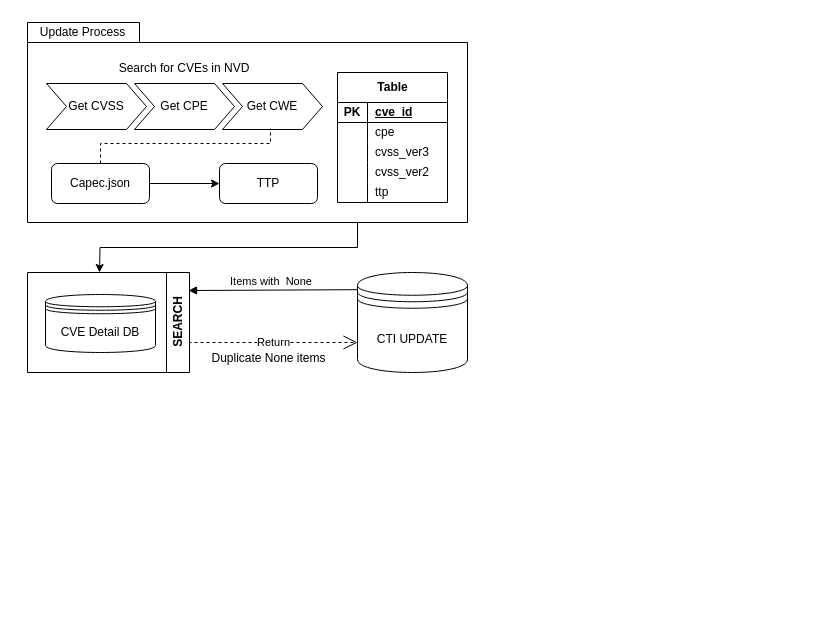
This is 제목 없는 다이어그램.drawio from hyeonsu666/capston1, a draw.io file, before an edit. Source tidied: cells renumbered, new cells numbered last; positions are measured from the earlier drawing's top-left corner, leaving out a move shared by most shapes. Both pictures are drawn from the tidied source at 100%, with x=0, y=0 at pixel (27, 17).
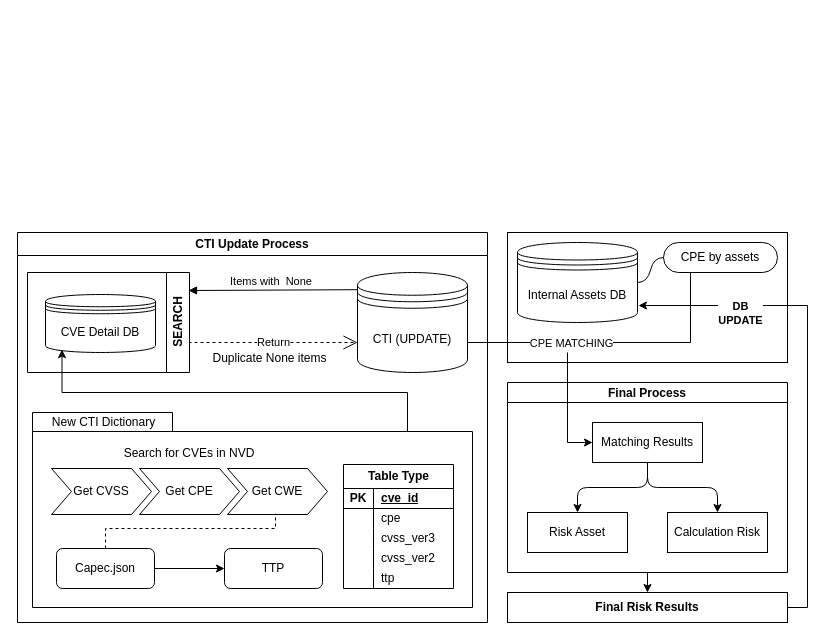
After the change.

Commit message:
제목 없는 다이어그램.drawio 업데이트

The change refers to these unchanged cells:
```xml
<mxCell id="10" value="Get CWE" style="shape=step;perimeter=stepPerimeter;fixedSize=1;points=[];whiteSpace=wrap;html=1;" parent="7" vertex="1">
  <mxGeometry x="186" y="20" width="100" height="46" as="geometry" />
</mxCell>
```

The edit, as a diff of the source:
```diff
@@
+    <mxCell id="35" style="rounded=0;whiteSpace=wrap;html=1;" parent="1" vertex="1">
+      <mxGeometry x="480" y="215" width="280" height="130" as="geometry" />
+    </mxCell>
+    <mxCell id="6" value="CVE Detail DB" style="shape=datastore;whiteSpace=wrap;html=1;" parent="1" vertex="1">
+      <mxGeometry x="18" y="277" width="110" height="58" as="geometry" />
+    </mxCell>
+    <mxCell id="12" value="Items with&amp;nbsp; None&amp;nbsp;" style="html=1;verticalAlign=bottom;endArrow=block;curved=0;rounded=0;entryX=1;entryY=0;entryDx=0;entryDy=5;exitX=0.002;exitY=0.172;exitDx=0;exitDy=0;exitPerimeter=0;" parent="1" edge="1" source="15">
+      <mxGeometry relative="1" as="geometry">
+        <mxPoint x="161" y="273" as="targetPoint" />
+      </mxGeometry>
+    </mxCell>
+    <mxCell id="13" value="Return" style="endArrow=open;endSize=12;dashed=1;html=1;rounded=0;entryX=0;entryY=0.7;entryDx=0;entryDy=0;" parent="1" edge="1" target="15">
+      <mxGeometry relative="1" as="geometry">
+        <mxPoint x="161" y="325" as="sourcePoint" />
+      </mxGeometry>
+    </mxCell>
+    <mxCell id="14" value="Duplicate None items" style="text;html=1;align=center;verticalAlign=middle;strokeColor=none;fillColor=none;" parent="1" vertex="1">
+      <mxGeometry x="172" y="326" width="140" height="30" as="geometry" />
+    </mxCell>
+    <mxCell id="15" value="CTI (UPDATE)" style="shape=datastore;whiteSpace=wrap;html=1;" parent="1" vertex="1">
+      <mxGeometry x="330" y="255" width="110" height="100" as="geometry" />
+    </mxCell>
+    <mxCell id="33" style="edgeStyle=orthogonalEdgeStyle;rounded=0;jettySize=auto;html=1;entryX=0.15;entryY=0.95;entryDx=0;entryDy=0;entryPerimeter=0;exitX=0.855;exitY=0.108;exitDx=0;exitDy=0;exitPerimeter=0;" parent="1" edge="1" source="2" target="6">
+      <mxGeometry relative="1" as="geometry">
+        <Array as="points">
+          <mxPoint x="380" y="375" />
+          <mxPoint x="35" y="375" />
+        </Array>
+      </mxGeometry>
+    </mxCell>
+    <mxCell id="34" value="SEARCH" style="swimlane;horizontal=0;whiteSpace=wrap;html=1;direction=west;startSize=23;" parent="1" vertex="1">
+      <mxGeometry y="255" width="162" height="100" as="geometry" />
+    </mxCell>
+    <mxCell id="36" value="CTI Update Process" style="swimlane;whiteSpace=wrap;html=1;" parent="1" vertex="1">
+      <mxGeometry x="-10" y="215" width="470" height="390" as="geometry" />
+    </mxCell>
-    <mxCell id="2" style="shape=folder;fontStyle=1;spacingTop=10;tabWidth=112;tabHeight=20;tabPosition=left;html=1;whiteSpace=wrap;" parent="1" vertex="1">
-      <mxGeometry y="5" width="440" height="200" as="geometry" />
+    <mxCell id="2" style="shape=folder;fontStyle=1;spacingTop=10;tabWidth=140;tabHeight=19;tabPosition=left;html=1;whiteSpace=wrap;" parent="36" vertex="1">
+      <mxGeometry x="15" y="180" width="440" height="195" as="geometry" />
     </mxCell>
-    <mxCell id="3" style="edgeStyle=orthogonalEdgeStyle;rounded=0;jettySize=auto;html=1;exitX=1;exitY=0.5;exitDx=0;exitDy=0;entryX=0;entryY=0.5;entryDx=0;entryDy=0;" parent="1" edge="1" source="4" target="5">
+    <mxCell id="3" style="edgeStyle=orthogonalEdgeStyle;rounded=0;jettySize=auto;html=1;exitX=1;exitY=0.5;exitDx=0;exitDy=0;entryX=0;entryY=0.5;entryDx=0;entryDy=0;" parent="36" edge="1" source="4" target="5">
       <mxGeometry relative="1" as="geometry" />
     </mxCell>
-    <mxCell id="4" value="Capec.json" style="whiteSpace=wrap;html=1;rounded=1;" parent="1" vertex="1">
-      <mxGeometry x="24" y="146" width="98" height="40" as="geometry" />
+    <mxCell id="4" value="Capec.json" style="whiteSpace=wrap;html=1;rounded=1;" parent="36" vertex="1">
+      <mxGeometry x="39" y="316" width="98" height="40" as="geometry" />
     </mxCell>
-    <mxCell id="5" value="TTP" style="whiteSpace=wrap;html=1;rounded=1;" parent="1" vertex="1">
-      <mxGeometry x="192" y="146" width="98" height="40" as="geometry" />
+    <mxCell id="5" value="TTP" style="whiteSpace=wrap;html=1;rounded=1;" parent="36" vertex="1">
+      <mxGeometry x="207" y="316" width="98" height="40" as="geometry" />
     </mxCell>
-    <mxCell id="6" value="CVE Detail DB" style="shape=datastore;whiteSpace=wrap;html=1;" parent="1" vertex="1">
-      <mxGeometry x="18" y="277" width="110" height="58" as="geometry" />
-    </mxCell>
-    <mxCell id="7" value="&lt;span style=&quot;font-weight: normal;&quot;&gt;Search for CVEs in NVD&lt;/span&gt;" style="swimlane;horizontal=1;fillColor=none;strokeColor=none;stackBorder=10;align=center;whiteSpace=wrap;html=1;startSize=10;" parent="1" vertex="1">
-      <mxGeometry x="9" y="46" width="296" height="76" as="geometry" />
+    <mxCell id="7" value="&lt;span style=&quot;font-weight: normal;&quot;&gt;Search for CVEs in NVD&lt;/span&gt;" style="swimlane;horizontal=1;fillColor=none;strokeColor=none;stackBorder=10;align=center;whiteSpace=wrap;html=1;startSize=10;" parent="36" vertex="1">
+      <mxGeometry x="24" y="216" width="296" height="76" as="geometry" />
     </mxCell>
@@
-    <mxCell id="11" style="endArrow=none;dashed=1;html=1;rounded=0;entryX=0.48;entryY=0.982;entryDx=0;entryDy=0;entryPerimeter=0;exitX=0.5;exitY=0;exitDx=0;exitDy=0;" parent="1" edge="1" source="4" target="10">
+    <mxCell id="11" style="endArrow=none;dashed=1;html=1;rounded=0;entryX=0.48;entryY=0.982;entryDx=0;entryDy=0;entryPerimeter=0;exitX=0.5;exitY=0;exitDx=0;exitDy=0;" parent="36" edge="1" source="4" target="10">
       <mxGeometry relative="1" as="geometry">
         <Array as="points">
-          <mxPoint x="73" y="126" />
-          <mxPoint x="243" y="126" />
+          <mxPoint x="88" y="296" />
+          <mxPoint x="258" y="296" />
         </Array>
       </mxGeometry>
     </mxCell>
-    <mxCell id="12" value="Items with&amp;nbsp; None&amp;nbsp;" style="html=1;verticalAlign=bottom;endArrow=block;curved=0;rounded=0;entryX=1;entryY=0;entryDx=0;entryDy=5;exitX=0.002;exitY=0.172;exitDx=0;exitDy=0;exitPerimeter=0;" parent="1" edge="1" source="15">
-      <mxGeometry relative="1" as="geometry">
-        <mxPoint x="161" y="273" as="targetPoint" />
-      </mxGeometry>
-    </mxCell>
-    <mxCell id="13" value="Return" style="endArrow=open;endSize=12;dashed=1;html=1;rounded=0;entryX=0;entryY=0.7;entryDx=0;entryDy=0;" parent="1" edge="1" target="15">
-      <mxGeometry relative="1" as="geometry">
-        <mxPoint x="161" y="325" as="sourcePoint" />
-      </mxGeometry>
-    </mxCell>
-    <mxCell id="14" value="Duplicate None items" style="text;html=1;align=center;verticalAlign=middle;strokeColor=none;fillColor=none;" parent="1" vertex="1">
-      <mxGeometry x="171" y="326" width="140" height="30" as="geometry" />
-    </mxCell>
-    <mxCell id="15" value="CTI UPDATE" style="shape=datastore;whiteSpace=wrap;html=1;" parent="1" vertex="1">
-      <mxGeometry x="330" y="255" width="110" height="100" as="geometry" />
-    </mxCell>
-    <mxCell id="16" value="Update Process" style="text;html=1;align=center;verticalAlign=middle;strokeColor=none;fillColor=none;" parent="1" vertex="1">
-      <mxGeometry width="110" height="30" as="geometry" />
+    <mxCell id="16" value="New CTI Dictionary" style="text;html=1;align=center;verticalAlign=middle;strokeColor=none;fillColor=none;" parent="36" vertex="1">
+      <mxGeometry x="21" y="175" width="130" height="30" as="geometry" />
     </mxCell>
-    <mxCell id="17" value="Table" style="shape=table;startSize=30;childLayout=tableLayout;rowLines=0;fontStyle=1;align=center;html=1;" parent="1" vertex="1">
-      <mxGeometry x="310" y="55" width="110" height="130" as="geometry" />
+    <mxCell id="17" value="Table Type" style="shape=table;startSize=24;childLayout=tableLayout;rowLines=0;fontStyle=1;align=center;html=1;" parent="36" vertex="1">
+      <mxGeometry x="326" y="232" width="110" height="124" as="geometry" />
     </mxCell>
     <mxCell id="18" style="shape=tableRow;horizontal=0;startSize=0;swimlaneHead=0;swimlaneBody=0;fillColor=none;top=0;left=0;right=0;bottom=1;" parent="17" vertex="1">
-      <mxGeometry y="30" width="110" height="20" as="geometry" />
+      <mxGeometry y="24" width="110" height="20" as="geometry" />
     </mxCell>
@@
     <mxCell id="21" style="shape=tableRow;horizontal=0;startSize=0;swimlaneHead=0;swimlaneBody=0;fillColor=none;top=0;left=0;right=0;bottom=0;" parent="17" vertex="1">
-      <mxGeometry y="50" width="110" height="20" as="geometry" />
+      <mxGeometry y="44" width="110" height="20" as="geometry" />
     </mxCell>
@@
     <mxCell id="24" style="shape=tableRow;horizontal=0;startSize=0;swimlaneHead=0;swimlaneBody=0;fillColor=none;top=0;left=0;right=0;bottom=0;" parent="17" vertex="1">
-      <mxGeometry y="70" width="110" height="20" as="geometry" />
+      <mxGeometry y="64" width="110" height="20" as="geometry" />
     </mxCell>
@@
     <mxCell id="27" style="shape=tableRow;horizontal=0;startSize=0;swimlaneHead=0;swimlaneBody=0;fillColor=none;top=0;left=0;right=0;bottom=0;" parent="17" vertex="1">
-      <mxGeometry y="90" width="110" height="20" as="geometry" />
+      <mxGeometry y="84" width="110" height="20" as="geometry" />
     </mxCell>
@@
     <mxCell id="30" style="shape=tableRow;horizontal=0;startSize=0;swimlaneHead=0;swimlaneBody=0;fillColor=none;top=0;left=0;right=0;bottom=0;" parent="17" vertex="1">
-      <mxGeometry y="110" width="110" height="20" as="geometry" />
+      <mxGeometry y="104" width="110" height="20" as="geometry" />
     </mxCell>
@@
-    <mxCell id="33" style="edgeStyle=orthogonalEdgeStyle;rounded=0;jettySize=auto;html=1;exitX=0.75;exitY=1;exitDx=0;exitDy=0;exitPerimeter=0;entryX=0.45;entryY=0;entryDx=0;entryDy=0;entryPerimeter=0;" parent="1" edge="1" source="2">
-      <mxGeometry relative="1" as="geometry">
-        <mxPoint x="72" y="255" as="targetPoint" />
-      </mxGeometry>
-    </mxCell>
-    <mxCell id="34" value="SEARCH" style="swimlane;horizontal=0;whiteSpace=wrap;html=1;direction=west;" parent="1" vertex="1">
-      <mxGeometry y="255" width="162" height="100" as="geometry" />
-    </mxCell>
+    <mxCell id="37" style="edgeStyle=orthogonalEdgeStyle;rounded=0;jettySize=auto;html=1;" parent="1" edge="1" source="38">
+      <mxGeometry relative="1" as="geometry">
+        <mxPoint x="620" y="575" as="targetPoint" />
+      </mxGeometry>
+    </mxCell>
+    <mxCell id="38" value="Final Process" style="swimlane;startSize=20;horizontal=1;horizontalTree=0;sortEdges=1;containerType=tree;fontSize=12;" parent="1" vertex="1">
+      <mxGeometry x="480" y="365" width="280" height="190" as="geometry" />
+    </mxCell>
+    <mxCell id="39" value="Matching Results" style="whiteSpace=wrap;html=1;" parent="38" vertex="1">
+      <mxGeometry x="85" y="40" width="110" height="40" as="geometry" />
+    </mxCell>
+    <mxCell id="40" value="Risk Asset" style="whiteSpace=wrap;html=1;" parent="38" vertex="1">
+      <mxGeometry x="20" y="130" width="100" height="40" as="geometry" />
+    </mxCell>
+    <mxCell id="41" style="edgeStyle=elbowEdgeStyle;elbow=vertical;html=1;rounded=1;curved=0;sourcePerimeterSpacing=0;targetPerimeterSpacing=0;startSize=6;endSize=6;" parent="38" edge="1" source="39" target="40">
+      <mxGeometry relative="1" as="geometry" />
+    </mxCell>
+    <mxCell id="42" value="Calculation Risk" style="whiteSpace=wrap;html=1;" parent="38" vertex="1">
+      <mxGeometry x="160" y="130" width="100" height="40" as="geometry" />
+    </mxCell>
+    <mxCell id="43" style="edgeStyle=elbowEdgeStyle;elbow=vertical;html=1;rounded=1;curved=0;sourcePerimeterSpacing=0;targetPerimeterSpacing=0;startSize=6;endSize=6;" parent="38" edge="1" source="39" target="42">
+      <mxGeometry relative="1" as="geometry" />
+    </mxCell>
+    <mxCell id="44" value="Internal Assets DB" style="shape=datastore;whiteSpace=wrap;html=1;" parent="1" vertex="1">
+      <mxGeometry x="490" y="225" width="120" height="80" as="geometry" />
+    </mxCell>
+    <mxCell id="45" style="endArrow=classic;html=1;rounded=0;exitX=1;exitY=0.7;exitDx=0;exitDy=0;entryX=0.5;entryY=0;entryDx=0;entryDy=0;" parent="1" edge="1" source="15">
+      <mxGeometry relative="1" as="geometry">
+        <mxPoint x="663" y="230" as="targetPoint" />
+        <Array as="points">
+          <mxPoint x="663" y="325" />
+        </Array>
+      </mxGeometry>
+    </mxCell>
+    <mxCell id="46" value="CPE MATCHING" style="edgeLabel;html=1;align=center;verticalAlign=middle;" parent="45" vertex="1">
+      <mxGeometry relative="1" as="geometry">
+        <mxPoint x="-56" as="offset" />
+      </mxGeometry>
+    </mxCell>
+    <mxCell id="47" value="CPE by assets" style="whiteSpace=wrap;html=1;rounded=1;arcSize=50;align=center;verticalAlign=middle;strokeWidth=1;spacing=4;newEdgeStyle={&quot;edgeStyle&quot;:&quot;entityRelationEdgeStyle&quot;,&quot;startArrow&quot;:&quot;none&quot;,&quot;endArrow&quot;:&quot;none&quot;,&quot;segment&quot;:10,&quot;curved&quot;:1,&quot;sourcePerimeterSpacing&quot;:0,&quot;targetPerimeterSpacing&quot;:0};" parent="1" vertex="1">
+      <mxGeometry x="636" y="225" width="114" height="30" as="geometry" />
+    </mxCell>
+    <mxCell id="48" style="edgeStyle=entityRelationEdgeStyle;startArrow=none;endArrow=none;segment=10;curved=1;sourcePerimeterSpacing=0;targetPerimeterSpacing=0;rounded=0;exitX=1;exitY=0.5;exitDx=0;exitDy=0;entryX=0;entryY=0.5;entryDx=0;entryDy=0;" parent="1" edge="1" source="44" target="47">
+      <mxGeometry relative="1" as="geometry">
+        <Array as="points">
+          <mxPoint x="630" y="245" />
+        </Array>
+      </mxGeometry>
+    </mxCell>
+    <mxCell id="49" style="endArrow=classic;html=1;rounded=0;entryX=0;entryY=0.5;entryDx=0;entryDy=0;" parent="1" edge="1" target="39">
+      <mxGeometry relative="1" as="geometry">
+        <mxPoint x="540" y="335" as="sourcePoint" />
+        <Array as="points">
+          <mxPoint x="540" y="425" />
+        </Array>
+      </mxGeometry>
+    </mxCell>
+    <mxCell id="50" value="&lt;span style=&quot;font-weight: 700;&quot;&gt;Final Risk Results&lt;/span&gt;" style="rounded=0;whiteSpace=wrap;html=1;" parent="1" vertex="1">
+      <mxGeometry x="480" y="575" width="280" height="30" as="geometry" />
+    </mxCell>
+    <mxCell id="51" style="endArrow=classic;html=1;rounded=0;entryX=1.008;entryY=0.788;entryDx=0;entryDy=0;entryPerimeter=0;exitX=1;exitY=0.5;exitDx=0;exitDy=0;" parent="1" edge="1" source="50" target="44">
+      <mxGeometry relative="1" as="geometry">
+        <Array as="points">
+          <mxPoint x="780" y="590" />
+          <mxPoint x="780" y="288" />
+        </Array>
+      </mxGeometry>
+    </mxCell>
+    <mxCell id="52" value="&lt;b&gt;DB&lt;br&gt;UPDATE&lt;/b&gt;" style="edgeLabel;html=1;align=center;verticalAlign=middle;" parent="51" vertex="1">
+      <mxGeometry relative="1" as="geometry">
+        <mxPoint x="-68" y="-69" as="offset" />
+      </mxGeometry>
+    </mxCell>
```
